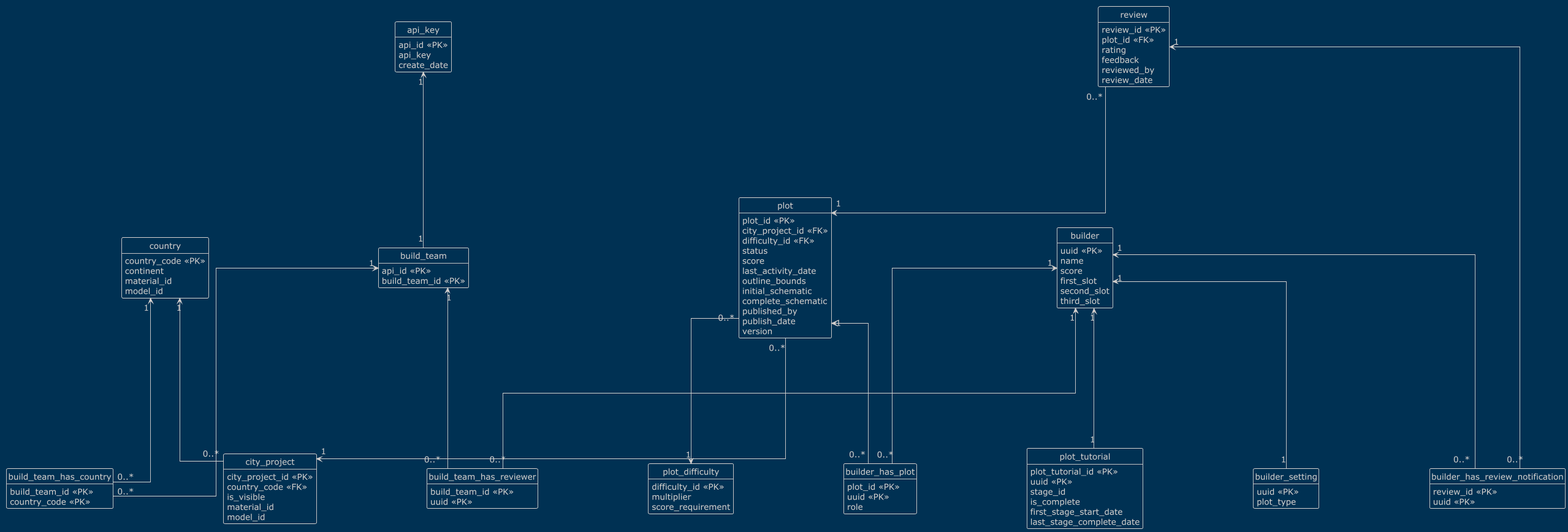
Before: logical-db.png, a diagram exported from PlantUML (AlpsBTE/Plot-System-DB). Its diagram source:
```plantuml
@startuml
skinparam nodesep 200
skinparam ranksep 200
skinparam defaultFontSize 15

skinparam linetype ortho

hide circle
hide empty members
!theme blueprint

entity api_key {
    api_id <<PK>>
    api_key
    create_date
}

entity build_team {
    api_id <<PK>>
    build_team_id <<PK>>
}

entity country {
    country_code <<PK>>
    continent
    material_id
    model_id
}

entity city_project {
    city_project_id <<PK>>
    country_code <<FK>>
    is_visible
    material_id
    model_id
}

entity builder {
    uuid <<PK>>
    name
    score
    first_slot
    second_slot
    third_slot
}

entity builder_setting {
    uuid <<PK>>
    plot_type
}

entity plot_difficulty {
    difficulty_id <<PK>>
    multiplier
    score_requirement
}

entity plot {
    plot_id <<PK>>
    city_project_id <<FK>>
    difficulty_id <<FK>>
    status
    score
    last_activity_date
    outline_bounds
    initial_schematic
    complete_schematic
    published_by
    publish_date
    version
}

entity plot_tutorial {
    plot_tutorial_id <<PK>>
    uuid <<PK>>
    stage_id
    is_complete
    first_stage_start_date
    last_stage_complete_date
}

entity review {
    review_id <<PK>>
    plot_id <<FK>>
    rating
    feedback
    reviewed_by
    review_date
}

entity build_team_has_country {
    build_team_id <<PK>>
    country_code <<PK>>
}

entity build_team_has_reviewer {
    build_team_id <<PK>>
    uuid <<PK>>
}

entity builder_has_review_notification {
    review_id <<PK>>
    uuid <<PK>>
}

entity builder_has_plot {
    plot_id <<PK>>
    uuid <<PK>>
    role
}

api_key "1" <-- "1" build_team

build_team "1" <-- "0..*" build_team_has_country
build_team "1" <-- "0..*" build_team_has_reviewer

country "1" <-- "0..*" city_project
country "1" <-- "0..*" build_team_has_country

review "0..*" --> "1" plot
review "1" <-- "0..*" builder_has_review_notification

builder "1" <-- "1" builder_setting
builder "1" <-- "0..*" build_team_has_reviewer
builder "1" <-- "1" plot_tutorial
builder "1" <-- "0..*" builder_has_review_notification
builder "1" <-- "0..*" builder_has_plot

plot "0..*" --> "1" city_project
plot "0..*" --> "1" plot_difficulty
plot "1" <-- "0..*" builder_has_plot
@enduml
```
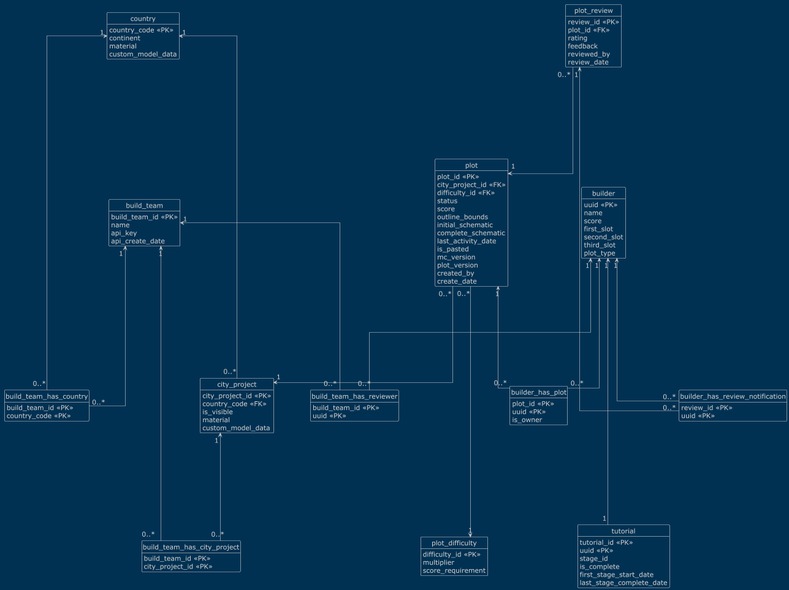
The same file after the commit.

Diff of the diagram source:
```diff
@@ -1,7 +1,7 @@
 @startuml
-skinparam nodesep 200
-skinparam ranksep 200
-skinparam defaultFontSize 15
+skinparam nodesep 100
+skinparam ranksep 250
+skinparam defaultFontSize 18
 
 skinparam linetype ortho
 
@@ -9,30 +9,26 @@
 hide empty members
 !theme blueprint
 
-entity api_key {
-    api_id <<PK>>
+entity build_team {
+    build_team_id <<PK>>
+    name
     api_key
-    create_date
-}
-
-entity build_team {
-    api_id <<PK>>
-    build_team_id <<PK>>
+    api_create_date
 }
 
 entity country {
     country_code <<PK>>
     continent
-    material_id
-    model_id
+    material
+    custom_model_data
 }
 
 entity city_project {
     city_project_id <<PK>>
     country_code <<FK>>
     is_visible
-    material_id
-    model_id
+    material
+    custom_model_data
 }
 
 entity builder {
@@ -42,10 +38,6 @@
     first_slot
     second_slot
     third_slot
-}
-
-entity builder_setting {
-    uuid <<PK>>
     plot_type
 }
 
@@ -61,17 +53,19 @@
     difficulty_id <<FK>>
     status
     score
-    last_activity_date
     outline_bounds
     initial_schematic
     complete_schematic
-    published_by
-    publish_date
-    version
+    last_activity_date
+    is_pasted
+    mc_version
+    plot_version
+    created_by
+    create_date
 }
 
-entity plot_tutorial {
-    plot_tutorial_id <<PK>>
+entity tutorial {
+    tutorial_id <<PK>>
     uuid <<PK>>
     stage_id
     is_complete
@@ -79,7 +73,7 @@
     last_stage_complete_date
 }
 
-entity review {
+entity plot_review {
     review_id <<PK>>
     plot_id <<FK>>
     rating
@@ -91,6 +85,11 @@
 entity build_team_has_country {
     build_team_id <<PK>>
     country_code <<PK>>
+}
+
+entity build_team_has_city_project {
+    build_team_id <<PK>>
+    city_project_id <<PK>>
 }
 
 entity build_team_has_reviewer {
@@ -106,27 +105,27 @@
 entity builder_has_plot {
     plot_id <<PK>>
     uuid <<PK>>
-    role
+    is_owner
 }
 
-api_key "1" <-- "1" build_team
-
+build_team "1" <-- "0..*" build_team_has_city_project
 build_team "1" <-- "0..*" build_team_has_country
 build_team "1" <-- "0..*" build_team_has_reviewer
 
-country "1" <-- "0..*" city_project
-country "1" <-- "0..*" build_team_has_country
+country "1" <--- "0..*" city_project
+country "1" <--- "0..*" build_team_has_country
 
-review "0..*" --> "1" plot
-review "1" <-- "0..*" builder_has_review_notification
+city_project "1" <-- "0..*" build_team_has_city_project
 
-builder "1" <-- "1" builder_setting
+plot_review "1" <-- "0..*" builder_has_review_notification
+plot_review "0..*" --> "1" plot
+
 builder "1" <-- "0..*" build_team_has_reviewer
-builder "1" <-- "1" plot_tutorial
+builder "1" <--- "1" tutorial
 builder "1" <-- "0..*" builder_has_review_notification
 builder "1" <-- "0..*" builder_has_plot
 
 plot "0..*" --> "1" city_project
-plot "0..*" --> "1" plot_difficulty
+plot "0..*" ---> "1" plot_difficulty
 plot "1" <-- "0..*" builder_has_plot
 @enduml
```
